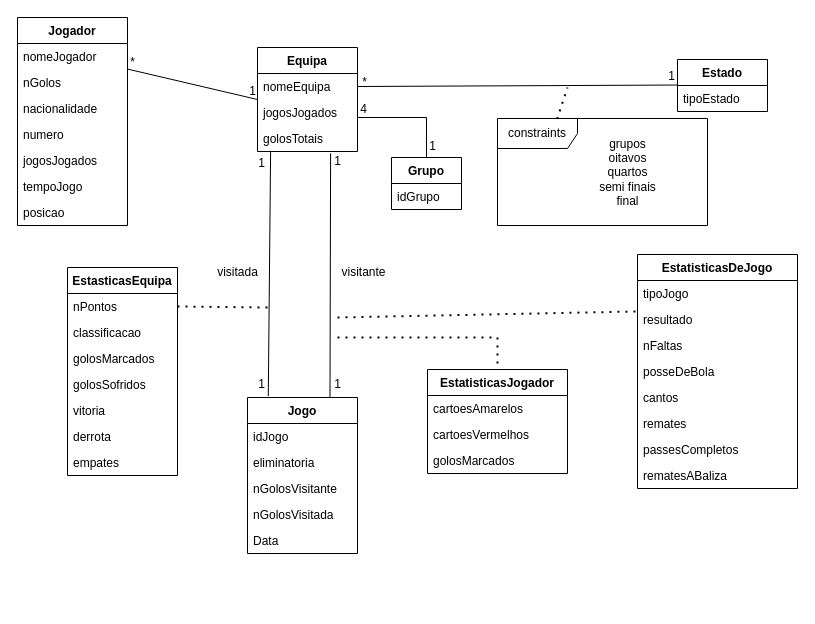
Above: diagrama bonito.drawio in dratomitoma/BD (draw.io), before the change. Source tidied: cells renumbered, new cells numbered last; positions are measured from the earlier drawing's top-left corner, leaving out a move shared by most shapes. Both pictures are drawn from the tidied source at 100%, with x=0, y=0 at pixel (17, 17).
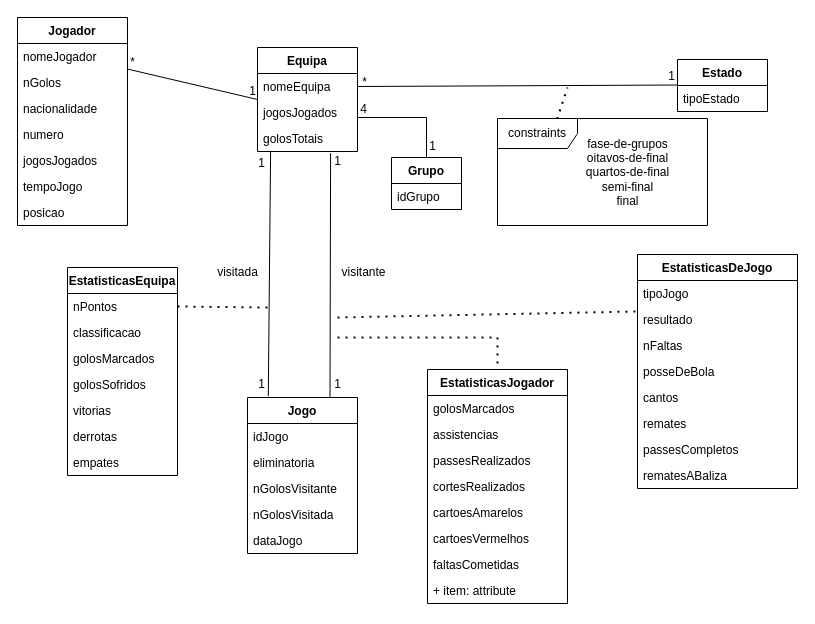
After the change.

The change refers to these unchanged cells:
```xml
<mxCell id="15" value="Jogo" style="swimlane;fontStyle=1;align=center;verticalAlign=top;horizontal=1;startSize=26;" parent="1" vertex="1">
  <mxGeometry x="230" y="380" width="110" height="156" as="geometry" />
</mxCell>
```

What changed in the source:
```diff
@@
-    <mxCell id="20" value="Data" style="text;strokeColor=none;fillColor=none;align=left;verticalAlign=top;spacingLeft=4;spacingRight=4;overflow=hidden;" parent="15" vertex="1">
+    <mxCell id="20" value="dataJogo" style="text;strokeColor=none;fillColor=none;align=left;verticalAlign=top;spacingLeft=4;spacingRight=4;overflow=hidden;" parent="15" vertex="1">
       <mxGeometry y="130" width="110" height="26" as="geometry" />
     </mxCell>
@@
-    <mxCell id="25" value="EstasticasEquipa" style="swimlane;fontStyle=1;align=center;verticalAlign=top;horizontal=1;startSize=26;" parent="1" vertex="1">
+    <mxCell id="25" value="EstatisticasEquipa" style="swimlane;fontStyle=1;align=center;verticalAlign=top;horizontal=1;startSize=26;" parent="1" vertex="1">
       <mxGeometry x="50" y="250" width="110" height="208" as="geometry" />
     </mxCell>
@@
-    <mxCell id="30" value="vitoria" style="text;strokeColor=none;fillColor=none;align=left;verticalAlign=top;spacingLeft=4;spacingRight=4;overflow=hidden;" parent="25" vertex="1">
+    <mxCell id="30" value="vitorias" style="text;strokeColor=none;fillColor=none;align=left;verticalAlign=top;spacingLeft=4;spacingRight=4;overflow=hidden;" parent="25" vertex="1">
       <mxGeometry y="130" width="110" height="26" as="geometry" />
     </mxCell>
-    <mxCell id="31" value="derrota" style="text;strokeColor=none;fillColor=none;align=left;verticalAlign=top;spacingLeft=4;spacingRight=4;overflow=hidden;" parent="25" vertex="1">
+    <mxCell id="31" value="derrotas" style="text;strokeColor=none;fillColor=none;align=left;verticalAlign=top;spacingLeft=4;spacingRight=4;overflow=hidden;" parent="25" vertex="1">
       <mxGeometry y="156" width="110" height="26" as="geometry" />
     </mxCell>
@@
-    <mxCell id="43" value="&lt;div&gt;grupos&lt;/div&gt;&lt;div&gt;oitavos&lt;/div&gt;&lt;div&gt;quartos&lt;/div&gt;&lt;div&gt;semi finais&lt;/div&gt;&lt;div&gt;final&lt;br&gt;&lt;/div&gt;" style="text;html=1;align=center;verticalAlign=middle;strokeColor=none;fillColor=none;" parent="1" vertex="1">
-      <mxGeometry x="570" y="109.5" width="80" height="90" as="geometry" />
+    <mxCell id="43" value="&lt;div&gt;fase-de-grupos&lt;/div&gt;&lt;div&gt;oitavos-de-final&lt;/div&gt;&lt;div&gt;quartos-de-final&lt;/div&gt;&lt;div&gt;semi-final&lt;br&gt;&lt;/div&gt;&lt;div&gt;final&lt;br&gt;&lt;/div&gt;" style="text;html=1;align=center;verticalAlign=middle;strokeColor=none;fillColor=none;" parent="1" vertex="1">
+      <mxGeometry x="555" y="109.5" width="110" height="90" as="geometry" />
     </mxCell>
@@
     <mxCell id="63" value="EstatisticasJogador" style="swimlane;fontStyle=1;align=center;verticalAlign=top;horizontal=1;startSize=26;" parent="1" vertex="1">
-      <mxGeometry x="410" y="352" width="140" height="104" as="geometry" />
+      <mxGeometry x="410" y="352" width="140" height="234" as="geometry" />
     </mxCell>
+    <mxCell id="68" value="golosMarcados" style="text;strokeColor=none;fillColor=none;align=left;verticalAlign=top;spacingLeft=4;spacingRight=4;overflow=hidden;" parent="63" vertex="1">
+      <mxGeometry y="26" width="140" height="26" as="geometry" />
+    </mxCell>
+    <mxCell id="69" value="assistencias" style="text;strokeColor=none;fillColor=none;align=left;verticalAlign=top;spacingLeft=4;spacingRight=4;overflow=hidden;" parent="63" vertex="1">
+      <mxGeometry y="52" width="140" height="26" as="geometry" />
+    </mxCell>
+    <mxCell id="70" value="passesRealizados" style="text;strokeColor=none;fillColor=none;align=left;verticalAlign=top;spacingLeft=4;spacingRight=4;overflow=hidden;" parent="63" vertex="1">
+      <mxGeometry y="78" width="140" height="26" as="geometry" />
+    </mxCell>
+    <mxCell id="71" value="cortesRealizados" style="text;strokeColor=none;fillColor=none;align=left;verticalAlign=top;spacingLeft=4;spacingRight=4;overflow=hidden;" parent="63" vertex="1">
+      <mxGeometry y="104" width="140" height="26" as="geometry" />
+    </mxCell>
     <mxCell id="64" value="cartoesAmarelos" style="text;strokeColor=none;fillColor=none;align=left;verticalAlign=top;spacingLeft=4;spacingRight=4;overflow=hidden;" parent="63" vertex="1">
-      <mxGeometry y="26" width="140" height="26" as="geometry" />
+      <mxGeometry y="130" width="140" height="26" as="geometry" />
     </mxCell>
     <mxCell id="65" value="cartoesVermelhos" style="text;strokeColor=none;fillColor=none;align=left;verticalAlign=top;spacingLeft=4;spacingRight=4;overflow=hidden;" parent="63" vertex="1">
-      <mxGeometry y="52" width="140" height="26" as="geometry" />
+      <mxGeometry y="156" width="140" height="26" as="geometry" />
     </mxCell>
-    <mxCell id="66" value="golosMarcados" style="text;strokeColor=none;fillColor=none;align=left;verticalAlign=top;spacingLeft=4;spacingRight=4;overflow=hidden;" parent="63" vertex="1">
-      <mxGeometry y="78" width="140" height="26" as="geometry" />
+    <mxCell id="66" value="faltasCometidas" style="text;strokeColor=none;fillColor=none;align=left;verticalAlign=top;spacingLeft=4;spacingRight=4;overflow=hidden;" parent="63" vertex="1">
+      <mxGeometry y="182" width="140" height="26" as="geometry" />
     </mxCell>
+    <mxCell id="72" value="+ item: attribute" style="text;strokeColor=none;fillColor=none;align=left;verticalAlign=top;spacingLeft=4;spacingRight=4;overflow=hidden;" parent="63" vertex="1">
+      <mxGeometry y="208" width="140" height="26" as="geometry" />
+    </mxCell>
```
